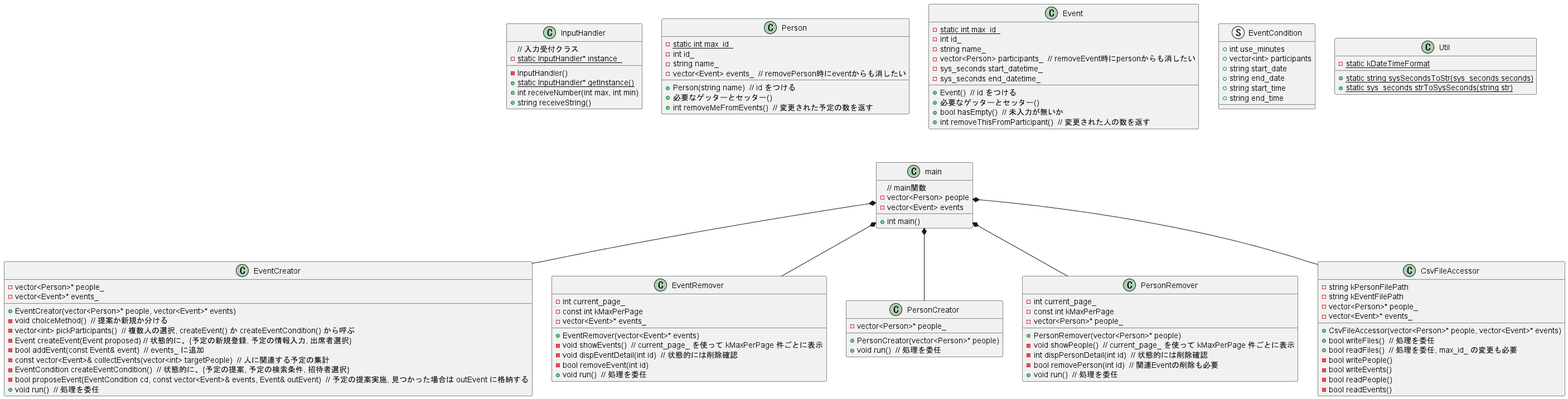
Before: class.png, a diagram exported from PlantUML (kimura-y-digi/tutor_schedule_adjuster).
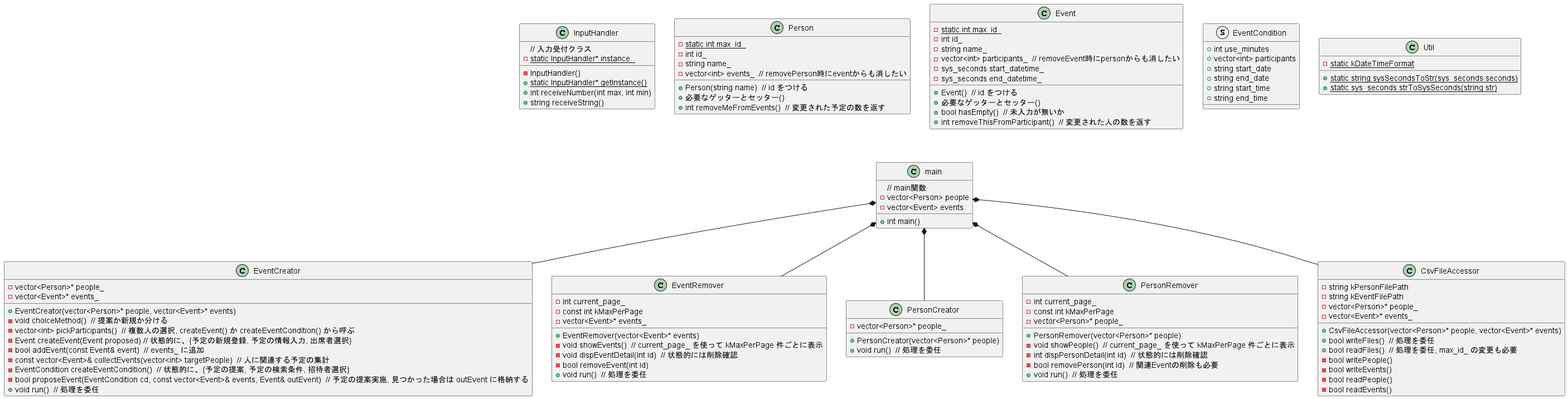
Later version of the same file.

What changed in the source:
```diff
@@ -26,7 +26,7 @@
     - {static} static int max_id_
     - int id_
     - string name_
-    - vector<Event> events_  // removePerson時にeventからも消したい
+    - vector<int> events_  // removePerson時にeventからも消したい
     + Person(string name)  // id をつける
     + 必要なゲッターとセッター()
     + int removeMeFromEvents()  // 変更された予定の数を返す
@@ -36,7 +36,7 @@
     - {static} static int max_id_
     - int id_
     - string name_
-    - vector<Person> participants_  // removeEvent時にpersonからも消したい
+    - vector<int> participants_  // removeEvent時にpersonからも消したい
     - sys_seconds start_datetime_
     - sys_seconds end_datetime_
     + Event()  // id をつける
```
